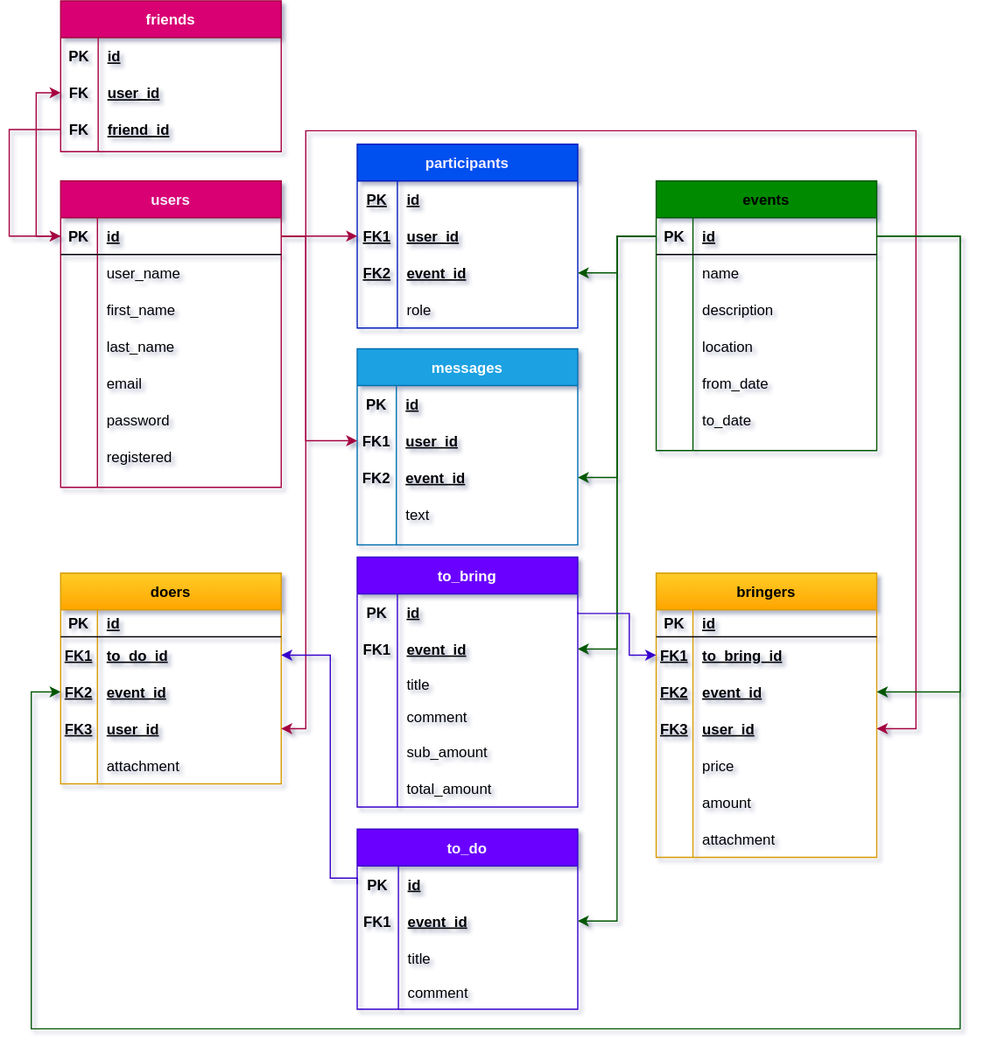
The draw.io diagram uml_db_plan_c.svg in kispamach/turtle-event, before a commit. Source tidied: cells renumbered, new cells last; positions are measured from the earlier drawing's top-left corner, leaving out a move shared by most shapes.
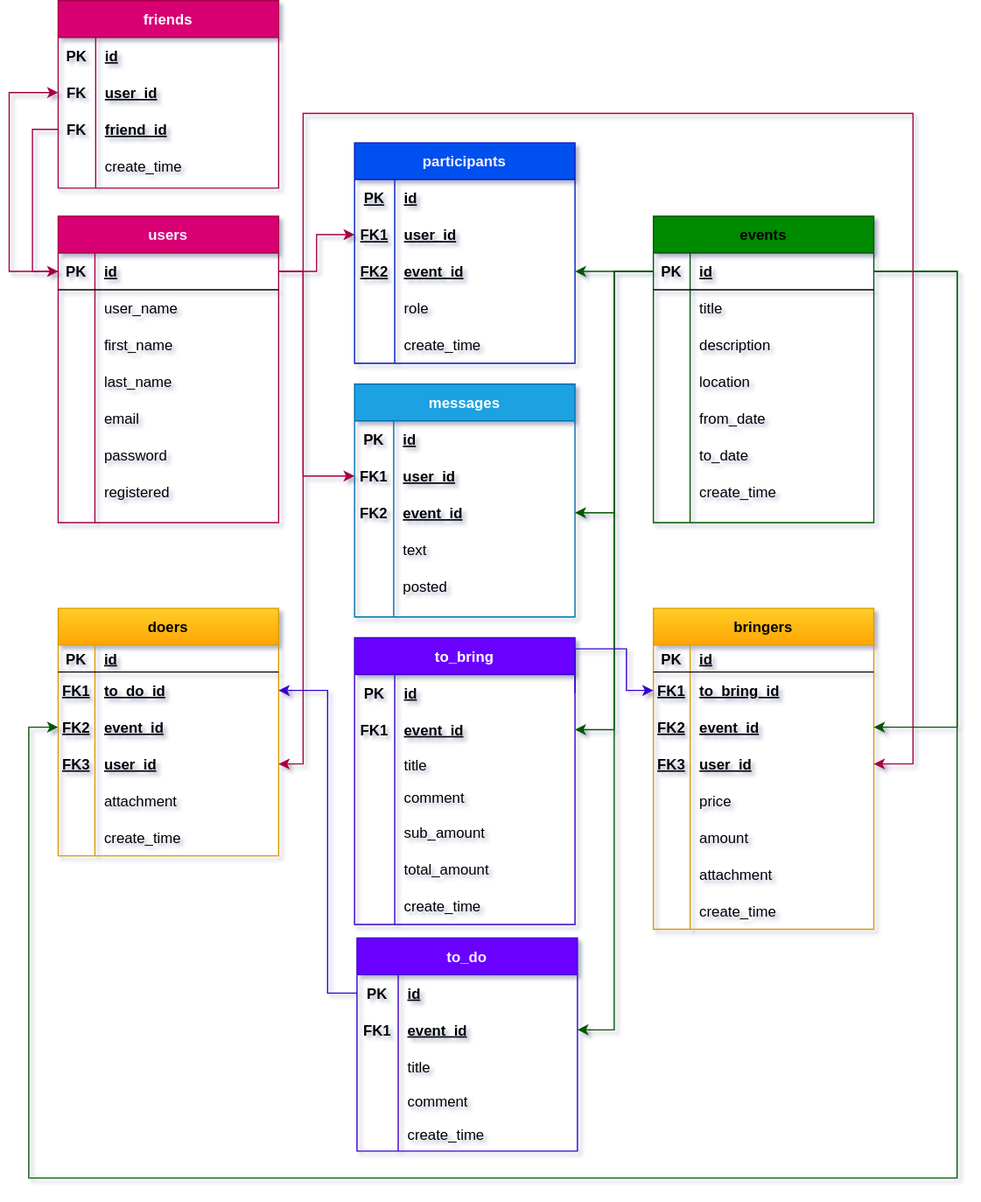
Later version of the same file.

The edit, as a diff of the source:
```diff
@@ -69,7 +69,7 @@
       <mxGeometry x="30" width="150" height="30" as="geometry" />
     </mxCell>
     <mxCell id="24" value="participants" style="shape=table;startSize=30;rowLines=0;fontStyle=1;align=center;fillColor=#0050ef;strokeColor=#001DBC;fontColor=#F4F0FF;" parent="1" vertex="1">
-      <mxGeometry x="284" y="117" width="180" height="150" as="geometry" />
+      <mxGeometry x="284" y="87" width="180" height="180" as="geometry" />
     </mxCell>
     <mxCell id="25" style="shape=partialRectangle;fillColor=none;top=0;left=0;bottom=0;right=0;fontColor=#000000;fontStyle=5;" parent="24" vertex="1">
       <mxGeometry y="30" width="180" height="30" as="geometry" />
@@ -107,8 +107,17 @@
     <mxCell id="36" value="role" style="shape=partialRectangle;fillColor=none;top=0;left=0;bottom=0;right=0;align=left;spacingLeft=6;overflow=hidden;fontColor=#000000;" parent="34" vertex="1">
       <mxGeometry x="32.8" width="147.2" height="30" as="geometry" />
     </mxCell>
+    <mxCell id="163" style="shape=partialRectangle;fillColor=none;top=0;left=0;bottom=0;right=0;fontColor=#000000;" parent="24" vertex="1">
+      <mxGeometry y="150" width="180" height="30" as="geometry" />
+    </mxCell>
+    <mxCell id="164" style="shape=partialRectangle;fillColor=none;top=0;left=0;bottom=0;right=0;overflow=hidden;fontColor=#000000;" parent="163" vertex="1">
+      <mxGeometry width="32.8" height="30" as="geometry" />
+    </mxCell>
+    <mxCell id="165" value="create_time" style="shape=partialRectangle;fillColor=none;top=0;left=0;bottom=0;right=0;align=left;spacingLeft=6;overflow=hidden;fontColor=#000000;" parent="163" vertex="1">
+      <mxGeometry x="32.8" width="147.2" height="30" as="geometry" />
+    </mxCell>
     <mxCell id="37" value="events" style="shape=table;startSize=30;rowLines=0;fontStyle=1;align=center;fillColor=#008a00;strokeColor=#005700;fontColor=#000000;" parent="1" vertex="1">
-      <mxGeometry x="528" y="147" width="180" height="220" as="geometry" />
+      <mxGeometry x="528" y="147" width="180" height="250" as="geometry" />
     </mxCell>
     <mxCell id="38" style="shape=partialRectangle;fillColor=none;top=0;left=0;bottom=1;right=0;points=[[0,0.5],[1,0.5]];portConstraint=eastwest;fontColor=#000000;" parent="37" vertex="1">
       <mxGeometry y="30" width="180" height="30" as="geometry" />
@@ -125,7 +134,7 @@
     <mxCell id="42" style="shape=partialRectangle;fillColor=none;top=0;left=0;bottom=0;right=0;overflow=hidden;fontColor=#000000;" parent="41" vertex="1">
       <mxGeometry width="30" height="30" as="geometry" />
     </mxCell>
-    <mxCell id="43" value="name" style="shape=partialRectangle;fillColor=none;top=0;left=0;bottom=0;right=0;align=left;spacingLeft=6;overflow=hidden;fontColor=#000000;" parent="41" vertex="1">
+    <mxCell id="43" value="title" style="shape=partialRectangle;fillColor=none;top=0;left=0;bottom=0;right=0;align=left;spacingLeft=6;overflow=hidden;fontColor=#000000;" parent="41" vertex="1">
       <mxGeometry x="30" width="150" height="30" as="geometry" />
     </mxCell>
     <mxCell id="44" style="shape=partialRectangle;fillColor=none;top=0;left=0;bottom=0;right=0;fontColor=#000000;" parent="37" vertex="1">
@@ -164,8 +173,17 @@
     <mxCell id="55" value="to_date" style="shape=partialRectangle;fillColor=none;top=0;left=0;bottom=0;right=0;align=left;spacingLeft=6;overflow=hidden;fontColor=#000000;" parent="53" vertex="1">
       <mxGeometry x="30" width="150" height="30" as="geometry" />
     </mxCell>
+    <mxCell id="166" style="shape=partialRectangle;fillColor=none;top=0;left=0;bottom=0;right=0;fontColor=#000000;" parent="37" vertex="1">
+      <mxGeometry y="210" width="180" height="30" as="geometry" />
+    </mxCell>
+    <mxCell id="167" style="shape=partialRectangle;fillColor=none;top=0;left=0;bottom=0;right=0;overflow=hidden;fontColor=#000000;" parent="166" vertex="1">
+      <mxGeometry width="30" height="30" as="geometry" />
+    </mxCell>
+    <mxCell id="168" value="create_time" style="shape=partialRectangle;fillColor=none;top=0;left=0;bottom=0;right=0;align=left;spacingLeft=6;overflow=hidden;fontColor=#000000;" parent="166" vertex="1">
+      <mxGeometry x="30" width="150" height="30" as="geometry" />
+    </mxCell>
     <mxCell id="56" value="messages" style="shape=table;startSize=30;rowLines=0;fontStyle=1;align=center;fillColor=#1ba1e2;strokeColor=#006EAF;fontColor=#ffffff;" parent="1" vertex="1">
-      <mxGeometry x="284" y="284" width="180" height="160" as="geometry" />
+      <mxGeometry x="284" y="284" width="180" height="190" as="geometry" />
     </mxCell>
     <mxCell id="57" style="shape=partialRectangle;fillColor=none;top=0;left=0;bottom=0;right=0;fontColor=#000000;" parent="56" vertex="1">
       <mxGeometry y="30" width="180" height="30" as="geometry" />
@@ -203,8 +221,17 @@
     <mxCell id="68" value="text" style="shape=partialRectangle;fillColor=none;top=0;left=0;bottom=0;right=0;align=left;spacingLeft=6;fontStyle=0;overflow=hidden;fontColor=#000000;" parent="66" vertex="1">
       <mxGeometry x="32" width="148" height="30" as="geometry" />
     </mxCell>
+    <mxCell id="169" style="shape=partialRectangle;fillColor=none;top=0;left=0;bottom=0;right=0;fontColor=#000000;" parent="56" vertex="1">
+      <mxGeometry y="150" width="180" height="30" as="geometry" />
+    </mxCell>
+    <mxCell id="170" style="shape=partialRectangle;fillColor=none;top=0;left=0;bottom=0;right=0;fontStyle=1;overflow=hidden;fontColor=#000000;" parent="169" vertex="1">
+      <mxGeometry width="32" height="30" as="geometry" />
+    </mxCell>
+    <mxCell id="171" value="posted" style="shape=partialRectangle;fillColor=none;top=0;left=0;bottom=0;right=0;align=left;spacingLeft=6;fontStyle=0;overflow=hidden;fontColor=#000000;" parent="169" vertex="1">
+      <mxGeometry x="32" width="148" height="30" as="geometry" />
+    </mxCell>
     <mxCell id="69" value="bringers" style="shape=table;startSize=30;rowLines=0;fontStyle=1;align=center;gradientColor=#ffa500;fillColor=#ffcd28;strokeColor=#d79b00;fontColor=#000000;" parent="1" vertex="1">
-      <mxGeometry x="528" y="467" width="180" height="232" as="geometry" />
+      <mxGeometry x="528" y="467" width="180" height="262" as="geometry" />
     </mxCell>
     <mxCell id="70" style="shape=partialRectangle;fillColor=none;top=0;left=0;bottom=1;right=0;fontColor=#000000;" parent="69" vertex="1">
       <mxGeometry y="30" width="180" height="22" as="geometry" />
@@ -269,8 +296,17 @@
     <mxCell id="90" value="attachment" style="shape=partialRectangle;fillColor=none;top=0;left=0;bottom=0;right=0;align=left;spacingLeft=6;overflow=hidden;fontColor=#000000;" parent="88" vertex="1">
       <mxGeometry x="30" width="150" height="30" as="geometry" />
     </mxCell>
+    <mxCell id="172" style="shape=partialRectangle;fillColor=none;top=0;left=0;bottom=0;right=0;fontColor=#000000;" parent="69" vertex="1">
+      <mxGeometry y="232" width="180" height="30" as="geometry" />
+    </mxCell>
+    <mxCell id="173" style="shape=partialRectangle;fillColor=none;top=0;left=0;bottom=0;right=0;overflow=hidden;fontColor=#000000;" parent="172" vertex="1">
+      <mxGeometry width="30" height="30" as="geometry" />
+    </mxCell>
+    <mxCell id="174" value="create_time" style="shape=partialRectangle;fillColor=none;top=0;left=0;bottom=0;right=0;align=left;spacingLeft=6;overflow=hidden;fontColor=#000000;" parent="172" vertex="1">
+      <mxGeometry x="30" width="150" height="30" as="geometry" />
+    </mxCell>
     <mxCell id="91" value="to_bring" style="shape=table;startSize=30;rowLines=0;fontStyle=1;align=center;fillColor=#6a00ff;strokeColor=#3700CC;fontColor=#ffffff;" parent="1" vertex="1">
-      <mxGeometry x="284" y="454" width="180" height="204" as="geometry" />
+      <mxGeometry x="284" y="491" width="180" height="234" as="geometry" />
     </mxCell>
     <mxCell id="92" style="shape=partialRectangle;fillColor=none;top=0;left=0;bottom=0;right=0;points=[[0,0.5],[1,0.5]];portConstraint=eastwest;fontColor=#000000;" parent="91" vertex="1">
       <mxGeometry y="30" width="180" height="30" as="geometry" />
@@ -326,8 +362,17 @@
     <mxCell id="109" value="total_amount" style="shape=partialRectangle;fillColor=none;top=0;left=0;bottom=0;right=0;align=left;spacingLeft=6;fontStyle=0;overflow=hidden;fontColor=#000000;" parent="107" vertex="1">
       <mxGeometry x="32.8" width="147.2" height="30" as="geometry" />
     </mxCell>
+    <mxCell id="175" style="shape=partialRectangle;fillColor=none;top=0;left=0;bottom=0;right=0;fontColor=#000000;" parent="91" vertex="1">
+      <mxGeometry y="204" width="180" height="30" as="geometry" />
+    </mxCell>
+    <mxCell id="176" style="shape=partialRectangle;fillColor=none;top=0;left=0;bottom=0;right=0;fontStyle=1;overflow=hidden;fontColor=#000000;" parent="175" vertex="1">
+      <mxGeometry width="32.8" height="30" as="geometry" />
+    </mxCell>
+    <mxCell id="177" value="create_time" style="shape=partialRectangle;fillColor=none;top=0;left=0;bottom=0;right=0;align=left;spacingLeft=6;fontStyle=0;overflow=hidden;fontColor=#000000;" parent="175" vertex="1">
+      <mxGeometry x="32.8" width="147.2" height="30" as="geometry" />
+    </mxCell>
     <mxCell id="110" value="friends" style="shape=table;startSize=30;rowLines=0;fontStyle=1;align=center;fillColor=#d80073;strokeColor=#A50040;fontColor=#ffffff;" parent="1" vertex="1">
-      <mxGeometry x="42" width="180" height="123" as="geometry" />
+      <mxGeometry x="42" y="-29" width="180" height="153" as="geometry" />
     </mxCell>
     <mxCell id="111" style="shape=partialRectangle;fillColor=none;top=0;left=0;bottom=0;right=0;fontColor=#000000;" parent="110" vertex="1">
       <mxGeometry y="30" width="180" height="30" as="geometry" />
@@ -356,11 +401,25 @@
     <mxCell id="119" value="friend_id" style="shape=partialRectangle;fillColor=none;top=0;left=0;bottom=0;right=0;align=left;spacingLeft=6;fontStyle=5;overflow=hidden;fontColor=#000000;" parent="117" vertex="1">
       <mxGeometry x="30.6" width="149.4" height="30" as="geometry" />
     </mxCell>
+    <mxCell id="178" style="shape=partialRectangle;fillColor=none;top=0;left=0;bottom=0;right=0;fontColor=#000000;" parent="110" vertex="1">
+      <mxGeometry y="120" width="180" height="30" as="geometry" />
+    </mxCell>
+    <mxCell id="179" style="shape=partialRectangle;fillColor=none;top=0;left=0;bottom=0;right=0;fontStyle=1;overflow=hidden;fontColor=#000000;" parent="178" vertex="1">
+      <mxGeometry width="30.6" height="30" as="geometry" />
+    </mxCell>
+    <mxCell id="180" value="create_time" style="shape=partialRectangle;fillColor=none;top=0;left=0;bottom=0;right=0;align=left;spacingLeft=6;fontStyle=0;overflow=hidden;fontColor=#000000;" parent="178" vertex="1">
+      <mxGeometry x="30.6" width="149.4" height="30" as="geometry" />
+    </mxCell>
     <mxCell id="120" style="edgeStyle=orthogonalEdgeStyle;rounded=0;jettySize=auto;html=1;exitX=0;exitY=0.5;exitDx=0;exitDy=0;entryX=0;entryY=0.5;entryDx=0;entryDy=0;fontColor=#FFFFFF;fillColor=#d80073;strokeColor=#A50040;" parent="1" edge="1" source="3" target="114">
-      <mxGeometry relative="1" as="geometry" />
+      <mxGeometry relative="1" as="geometry">
+        <Array as="points">
+          <mxPoint x="2" y="192" />
+          <mxPoint x="2" y="46" />
+        </Array>
+      </mxGeometry>
     </mxCell>
     <mxCell id="121" value="to_do" style="shape=table;startSize=30;rowLines=0;fontStyle=1;align=center;fillColor=#6a00ff;strokeColor=#3700CC;fontColor=#F4F0FF;" parent="1" vertex="1">
-      <mxGeometry x="284" y="676" width="180" height="147" as="geometry" />
+      <mxGeometry x="286" y="736" width="180" height="174" as="geometry" />
     </mxCell>
     <mxCell id="122" style="shape=partialRectangle;fillColor=none;top=0;left=0;bottom=0;right=0;points=[[0,0.5],[1,0.5]];portConstraint=eastwest;fontColor=#000000;" parent="121" vertex="1">
       <mxGeometry y="30" width="180" height="30" as="geometry" />
@@ -398,8 +457,17 @@
     <mxCell id="133" value="comment" style="shape=partialRectangle;fillColor=none;top=0;left=0;bottom=0;right=0;align=left;spacingLeft=6;fontStyle=0;overflow=hidden;fontColor=#000000;" parent="131" vertex="1">
       <mxGeometry x="33.6" width="146.4" height="27" as="geometry" />
     </mxCell>
+    <mxCell id="181" style="shape=partialRectangle;fillColor=none;top=0;left=0;bottom=0;right=0;fontColor=#000000;" parent="121" vertex="1">
+      <mxGeometry y="147" width="180" height="27" as="geometry" />
+    </mxCell>
+    <mxCell id="182" style="shape=partialRectangle;fillColor=none;top=0;left=0;bottom=0;right=0;fontStyle=1;overflow=hidden;fontColor=#000000;" parent="181" vertex="1">
+      <mxGeometry width="33.6" height="27" as="geometry" />
+    </mxCell>
+    <mxCell id="183" value="create_time" style="shape=partialRectangle;fillColor=none;top=0;left=0;bottom=0;right=0;align=left;spacingLeft=6;fontStyle=0;overflow=hidden;fontColor=#000000;" parent="181" vertex="1">
+      <mxGeometry x="33.6" width="146.4" height="27" as="geometry" />
+    </mxCell>
     <mxCell id="134" value="doers" style="shape=table;startSize=30;rowLines=0;fontStyle=1;align=center;gradientColor=#ffa500;fillColor=#ffcd28;strokeColor=#d79b00;fontColor=#000000;" parent="1" vertex="1">
-      <mxGeometry x="42" y="467" width="180" height="172" as="geometry" />
+      <mxGeometry x="42" y="467" width="180" height="202" as="geometry" />
     </mxCell>
     <mxCell id="135" style="shape=partialRectangle;fillColor=none;top=0;left=0;bottom=1;right=0;fontColor=#000000;" parent="134" vertex="1">
       <mxGeometry y="30" width="180" height="22" as="geometry" />
@@ -446,6 +514,15 @@
     <mxCell id="149" value="attachment" style="shape=partialRectangle;fillColor=none;top=0;left=0;bottom=0;right=0;align=left;spacingLeft=6;overflow=hidden;fontColor=#000000;fontStyle=0;" parent="147" vertex="1">
       <mxGeometry x="30" width="150" height="30" as="geometry" />
     </mxCell>
+    <mxCell id="184" style="shape=partialRectangle;fillColor=none;top=0;left=0;bottom=0;right=0;fontColor=#000000;" parent="134" vertex="1">
+      <mxGeometry y="172" width="180" height="30" as="geometry" />
+    </mxCell>
+    <mxCell id="185" style="shape=partialRectangle;fillColor=none;top=0;left=0;bottom=0;right=0;overflow=hidden;fontColor=#000000;fontStyle=0;" parent="184" vertex="1">
+      <mxGeometry width="30" height="30" as="geometry" />
+    </mxCell>
+    <mxCell id="186" value="create_time" style="shape=partialRectangle;fillColor=none;top=0;left=0;bottom=0;right=0;align=left;spacingLeft=6;overflow=hidden;fontColor=#000000;fontStyle=0;" parent="184" vertex="1">
+      <mxGeometry x="30" width="150" height="30" as="geometry" />
+    </mxCell>
     <mxCell id="150" style="edgeStyle=orthogonalEdgeStyle;rounded=0;jettySize=auto;html=1;exitX=1;exitY=0.5;exitDx=0;exitDy=0;entryX=0;entryY=0.5;entryDx=0;entryDy=0;fontColor=#FFFFFF;fillColor=#d80073;strokeColor=#A50040;" parent="1" edge="1" source="3" target="28">
       <mxGeometry relative="1" as="geometry" />
     </mxCell>
@@ -469,8 +546,8 @@
       <mxGeometry relative="1" as="geometry">
         <Array as="points">
           <mxPoint x="242" y="192" />
-          <mxPoint x="242" y="106" />
-          <mxPoint x="740" y="106" />
+          <mxPoint x="242" y="63" />
+          <mxPoint x="740" y="63" />
           <mxPoint x="740" y="594" />
         </Array>
       </mxGeometry>
@@ -482,10 +559,20 @@
       <mxGeometry relative="1" as="geometry" />
     </mxCell>
     <mxCell id="156" style="edgeStyle=orthogonalEdgeStyle;rounded=0;jettySize=auto;html=1;exitX=0;exitY=0.5;exitDx=0;exitDy=0;entryX=1;entryY=0.5;entryDx=0;entryDy=0;fontColor=#FFFFFF;fillColor=#008a00;strokeColor=#005700;" parent="1" edge="1" source="38" target="95">
-      <mxGeometry relative="1" as="geometry" />
+      <mxGeometry relative="1" as="geometry">
+        <Array as="points">
+          <mxPoint x="496" y="192" />
+          <mxPoint x="496" y="566" />
+        </Array>
+      </mxGeometry>
     </mxCell>
     <mxCell id="157" style="edgeStyle=orthogonalEdgeStyle;rounded=0;jettySize=auto;html=1;exitX=0;exitY=0.5;exitDx=0;exitDy=0;entryX=1;entryY=0.5;entryDx=0;entryDy=0;fontColor=#FFFFFF;fillColor=#008a00;strokeColor=#005700;" parent="1" edge="1" source="38" target="125">
-      <mxGeometry relative="1" as="geometry" />
+      <mxGeometry relative="1" as="geometry">
+        <Array as="points">
+          <mxPoint x="496" y="192" />
+          <mxPoint x="496" y="811" />
+        </Array>
+      </mxGeometry>
     </mxCell>
     <mxCell id="158" style="edgeStyle=orthogonalEdgeStyle;rounded=0;jettySize=auto;html=1;exitX=1;exitY=0.5;exitDx=0;exitDy=0;entryX=1;entryY=0.5;entryDx=0;entryDy=0;fontColor=#FFFFFF;fillColor=#008a00;strokeColor=#005700;" parent="1" edge="1" source="38" target="76">
       <mxGeometry relative="1" as="geometry">
@@ -499,8 +586,8 @@
       <mxGeometry relative="1" as="geometry">
         <Array as="points">
           <mxPoint x="776" y="192" />
-          <mxPoint x="776" y="839" />
-          <mxPoint x="18" y="839" />
+          <mxPoint x="776" y="932" />
+          <mxPoint x="18" y="932" />
           <mxPoint x="18" y="564" />
         </Array>
       </mxGeometry>
@@ -516,7 +603,7 @@
     <mxCell id="161" style="edgeStyle=orthogonalEdgeStyle;rounded=0;jettySize=auto;html=1;exitX=0;exitY=0.5;exitDx=0;exitDy=0;entryX=1;entryY=0.5;entryDx=0;entryDy=0;fontColor=#FFFFFF;fillColor=#6a00ff;strokeColor=#3700CC;" parent="1" edge="1" source="122" target="138">
       <mxGeometry relative="1" as="geometry">
         <Array as="points">
-          <mxPoint x="262" y="716" />
+          <mxPoint x="262" y="781" />
           <mxPoint x="262" y="534" />
         </Array>
       </mxGeometry>
@@ -524,8 +611,8 @@
     <mxCell id="162" style="edgeStyle=orthogonalEdgeStyle;rounded=0;jettySize=auto;html=1;exitX=0;exitY=0.5;exitDx=0;exitDy=0;entryX=0;entryY=0.5;entryDx=0;entryDy=0;fillColor=#d80073;strokeColor=#A50040;" parent="1" edge="1" source="117" target="3">
       <mxGeometry relative="1" as="geometry">
         <Array as="points">
-          <mxPoint y="105" />
-          <mxPoint y="192" />
+          <mxPoint x="21" y="76" />
+          <mxPoint x="21" y="192" />
         </Array>
       </mxGeometry>
     </mxCell>
```
